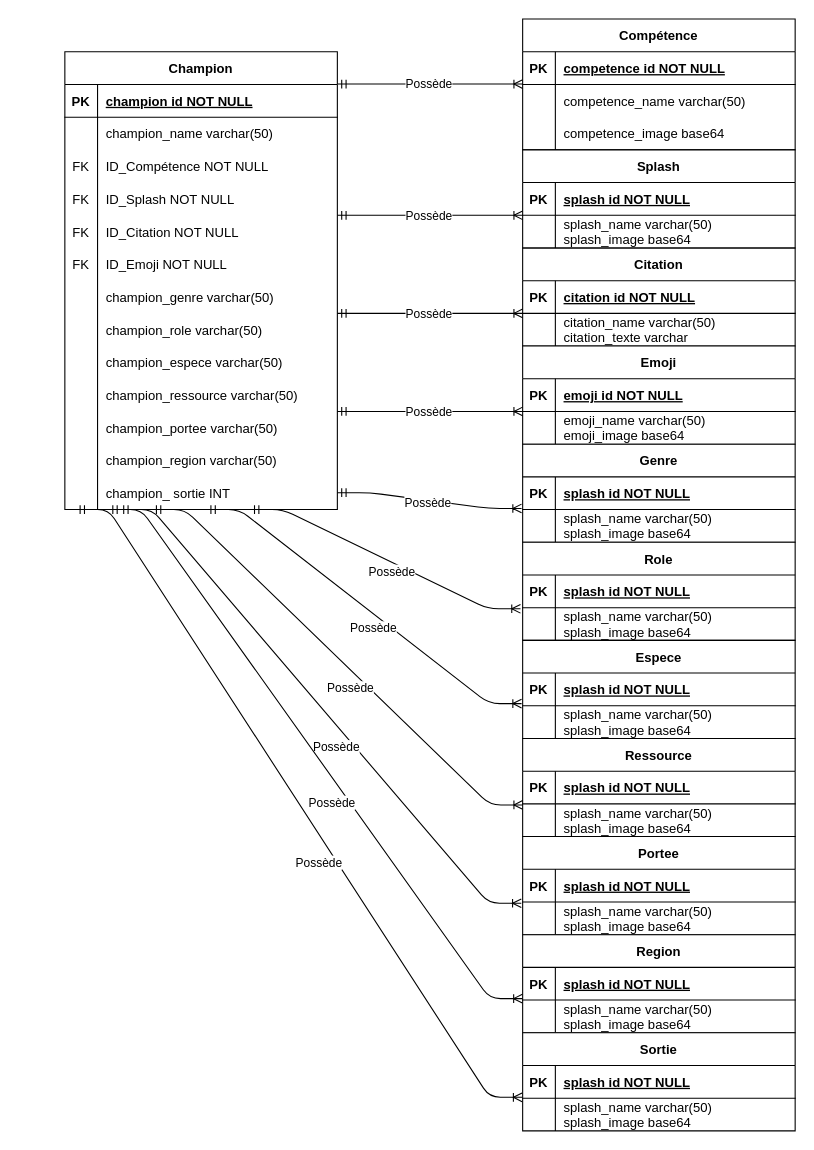
This is Diagramme sans nom.drawio from CamilleSimon/BTS2-CIEL-IR-MCD-2024-2025, a draw.io file, before an edit. Source tidied: cells renumbered, new cells numbered last; positions are measured from the earlier drawing's top-left corner, leaving out a move shared by most shapes. Both pictures are drawn from the tidied source at 109%, with x=0, y=0 at pixel (64, 19).
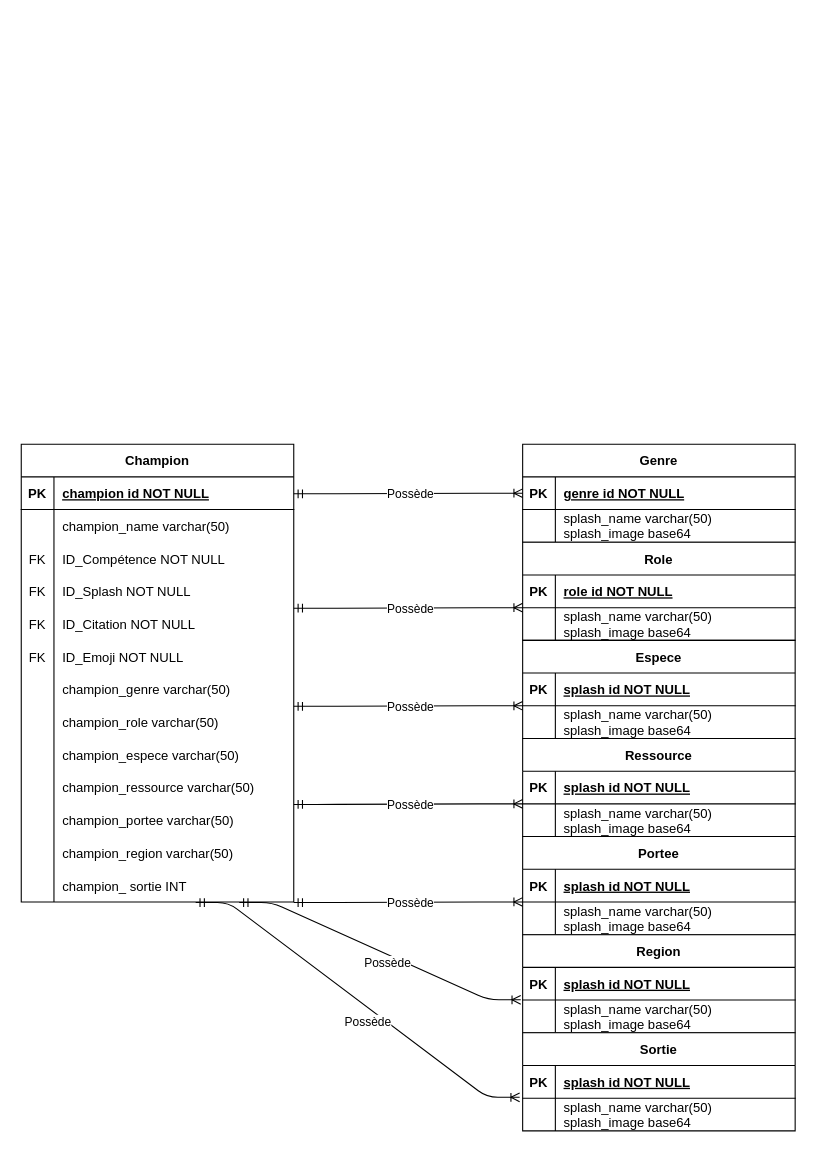
The same page after the edit.

Commit message (it also covers changes not shown here):
Mettre à jour Diagramme sans nom.drawio

The change refers to these unchanged cells:
```xml
<mxCell id="51" style="shape=partialRectangle;fillColor=none;points=[[0,0.5],[1,0.5]];portConstraint=eastwest;top=0;left=0;right=0;bottom=0;" parent="14" vertex="1">
  <mxGeometry y="390" width="250" height="30" as="geometry" />
</mxCell>
<mxCell id="69" style="shape=partialRectangle;fillColor=none;points=[[0,0.5],[1,0.5]];portConstraint=eastwest;top=0;left=0;right=0;bottom=1;" parent="68" vertex="1">
  <mxGeometry y="30" width="250" height="30" as="geometry" />
</mxCell>
<mxCell id="89" style="shape=partialRectangle;fillColor=none;top=0;left=0;right=0;bottom=1;" parent="88" vertex="1">
  <mxGeometry y="30" width="250" height="30" as="geometry" />
</mxCell>
<mxCell id="92" style="shape=partialRectangle;fillColor=none;points=[[0,0.5],[1,0.5]];portConstraint=eastwest;top=0;left=0;right=0;bottom=0;" parent="88" vertex="1">
  <mxGeometry y="60" width="250" height="30" as="geometry" />
</mxCell>
<mxCell id="99" style="shape=partialRectangle;fillColor=none;points=[[0,0.5],[1,0.5]];portConstraint=eastwest;top=0;left=0;right=0;bottom=0;" parent="95" vertex="1">
  <mxGeometry y="60" width="250" height="30" as="geometry" />
</mxCell>
<mxCell id="106" style="shape=partialRectangle;fillColor=none;points=[[0,0.5],[1,0.5]];portConstraint=eastwest;top=0;left=0;right=0;bottom=0;" parent="102" vertex="1">
  <mxGeometry y="60" width="250" height="30" as="geometry" />
</mxCell>
<mxCell id="110" style="shape=partialRectangle;fillColor=none;points=[[0,0.5],[1,0.5]];portConstraint=eastwest;top=0;left=0;right=0;bottom=1;" parent="109" vertex="1">
  <mxGeometry y="30" width="250" height="30" as="geometry" />
</mxCell>
<mxCell id="120" style="shape=partialRectangle;fillColor=none;points=[[0,0.5],[1,0.5]];portConstraint=eastwest;top=0;left=0;right=0;bottom=0;" parent="116" vertex="1">
  <mxGeometry y="60" width="250" height="30" as="geometry" />
</mxCell>
<mxCell id="127" style="shape=partialRectangle;fillColor=none;points=[[0,0.5],[1,0.5]];portConstraint=eastwest;top=0;left=0;right=0;bottom=0;" parent="123" vertex="1">
  <mxGeometry y="60" width="250" height="30" as="geometry" />
</mxCell>
```

Diff of the diagram source:
```diff
@@
-    <mxCell id="2" style="edgeStyle=entityRelationEdgeStyle;endArrow=ERoneToMany;startArrow=ERmandOne;endFill=0;startFill=0;" parent="1" edge="1">
-      <mxGeometry relative="1" as="geometry">
-        <mxPoint x="250" y="59.6" as="sourcePoint" />
-        <mxPoint x="420" y="59.6" as="targetPoint" />
-      </mxGeometry>
-    </mxCell>
-    <mxCell id="3" value="Possède" style="edgeLabel;html=1;align=center;verticalAlign=middle;" parent="2" vertex="1">
-      <mxGeometry x="0.18" relative="1" as="geometry">
-        <mxPoint x="-17" as="offset" />
-      </mxGeometry>
-    </mxCell>
-    <mxCell id="4" value="Compétence" style="shape=table;startSize=30;childLayout=tableLayout;rowLines=0;fontStyle=1;align=center;" parent="1" vertex="1">
-      <mxGeometry x="420" width="250" height="120" as="geometry" />
-    </mxCell>
-    <mxCell id="5" style="shape=partialRectangle;fillColor=none;top=0;left=0;right=0;bottom=1;" parent="4" vertex="1">
-      <mxGeometry y="30" width="250" height="30" as="geometry" />
-    </mxCell>
-    <mxCell id="6" value="PK" style="shape=partialRectangle;overflow=hidden;fillColor=none;top=0;left=0;bottom=0;right=0;fontStyle=1;" parent="5" vertex="1">
-      <mxGeometry width="30" height="30" as="geometry" />
-    </mxCell>
-    <mxCell id="7" value="competence id NOT NULL" style="shape=partialRectangle;overflow=hidden;fillColor=none;top=0;left=0;bottom=0;right=0;align=left;spacingLeft=6;fontStyle=5;" parent="5" vertex="1">
-      <mxGeometry x="30" width="220" height="30" as="geometry" />
-    </mxCell>
-    <mxCell id="8" style="shape=partialRectangle;fillColor=none;top=0;left=0;right=0;bottom=0;" parent="4" vertex="1">
-      <mxGeometry y="60" width="250" height="30" as="geometry" />
-    </mxCell>
-    <mxCell id="9" style="shape=partialRectangle;overflow=hidden;fillColor=none;top=0;left=0;bottom=0;right=0;" parent="8" vertex="1">
-      <mxGeometry width="30" height="30" as="geometry" />
-    </mxCell>
-    <mxCell id="10" value="competence_name varchar(50)" style="shape=partialRectangle;overflow=hidden;fillColor=none;top=0;left=0;bottom=0;right=0;align=left;spacingLeft=6;" parent="8" vertex="1">
-      <mxGeometry x="30" width="220" height="30" as="geometry" />
-    </mxCell>
-    <mxCell id="11" style="shape=partialRectangle;fillColor=none;top=0;left=0;right=0;bottom=0;" parent="4" vertex="1">
-      <mxGeometry y="90" width="250" height="30" as="geometry" />
-    </mxCell>
-    <mxCell id="12" style="shape=partialRectangle;overflow=hidden;fillColor=none;top=0;left=0;bottom=0;right=0;" parent="11" vertex="1">
-      <mxGeometry width="30" height="30" as="geometry" />
-    </mxCell>
-    <mxCell id="13" value="competence_image base64" style="shape=partialRectangle;overflow=hidden;fillColor=none;top=0;left=0;bottom=0;right=0;align=left;spacingLeft=6;" parent="11" vertex="1">
-      <mxGeometry x="30" width="220" height="30" as="geometry" />
-    </mxCell>
     <mxCell id="14" value="Champion" style="shape=table;startSize=30;childLayout=tableLayout;rowLines=0;fontStyle=1;align=center;" parent="1" vertex="1">
-      <mxGeometry y="30" width="250" height="420" as="geometry" />
+      <mxGeometry x="-40" y="390" width="250" height="420" as="geometry" />
     </mxCell>
@@
-    <mxCell id="54" value="Citation" style="shape=table;startSize=30;childLayout=tableLayout;rowLines=0;fontStyle=1;align=center;" parent="1" vertex="1">
-      <mxGeometry x="420" y="210" width="250" height="90" as="geometry" />
-    </mxCell>
-    <mxCell id="55" style="shape=partialRectangle;fillColor=none;top=0;left=0;right=0;bottom=1;" parent="54" vertex="1">
-      <mxGeometry y="30" width="250" height="30" as="geometry" />
-    </mxCell>
-    <mxCell id="56" value="PK" style="shape=partialRectangle;overflow=hidden;fillColor=none;top=0;left=0;bottom=0;right=0;fontStyle=1;" parent="55" vertex="1">
-      <mxGeometry width="30" height="30" as="geometry" />
-    </mxCell>
-    <mxCell id="57" value="citation id NOT NULL" style="shape=partialRectangle;overflow=hidden;fillColor=none;top=0;left=0;bottom=0;right=0;align=left;spacingLeft=6;fontStyle=5;" parent="55" vertex="1">
-      <mxGeometry x="30" width="220" height="30" as="geometry" />
-    </mxCell>
-    <mxCell id="58" style="shape=partialRectangle;fillColor=none;top=0;left=0;right=0;bottom=0;" parent="54" vertex="1">
-      <mxGeometry y="60" width="250" height="30" as="geometry" />
-    </mxCell>
-    <mxCell id="59" style="shape=partialRectangle;overflow=hidden;fillColor=none;top=0;left=0;bottom=0;right=0;" parent="58" vertex="1">
-      <mxGeometry width="30" height="30" as="geometry" />
-    </mxCell>
-    <mxCell id="60" value="citation_name varchar(50)&#10;citation_texte varchar" style="shape=partialRectangle;overflow=hidden;fillColor=none;top=0;left=0;bottom=0;right=0;align=left;spacingLeft=6;" parent="58" vertex="1">
-      <mxGeometry x="30" width="220" height="30" as="geometry" />
-    </mxCell>
-    <mxCell id="61" value="Emoji" style="shape=table;startSize=30;childLayout=tableLayout;rowLines=0;fontStyle=1;align=center;" parent="1" vertex="1">
-      <mxGeometry x="420" y="300" width="250" height="90" as="geometry" />
-    </mxCell>
-    <mxCell id="62" style="shape=partialRectangle;fillColor=none;top=0;left=0;right=0;bottom=1;" parent="61" vertex="1">
-      <mxGeometry y="30" width="250" height="30" as="geometry" />
-    </mxCell>
-    <mxCell id="63" value="PK" style="shape=partialRectangle;overflow=hidden;fillColor=none;top=0;left=0;bottom=0;right=0;fontStyle=1;" parent="62" vertex="1">
-      <mxGeometry width="30" height="30" as="geometry" />
-    </mxCell>
-    <mxCell id="64" value="emoji id NOT NULL" style="shape=partialRectangle;overflow=hidden;fillColor=none;top=0;left=0;bottom=0;right=0;align=left;spacingLeft=6;fontStyle=5;" parent="62" vertex="1">
-      <mxGeometry x="30" width="220" height="30" as="geometry" />
-    </mxCell>
-    <mxCell id="65" style="shape=partialRectangle;fillColor=none;points=[[0,0.5],[1,0.5]];portConstraint=eastwest;top=0;left=0;right=0;bottom=0;" parent="61" vertex="1">
-      <mxGeometry y="60" width="250" height="30" as="geometry" />
-    </mxCell>
-    <mxCell id="66" style="shape=partialRectangle;overflow=hidden;fillColor=none;top=0;left=0;bottom=0;right=0;" parent="65" vertex="1">
-      <mxGeometry width="30" height="30" as="geometry" />
-    </mxCell>
-    <mxCell id="67" value="emoji_name varchar(50)&#10;emoji_image base64" style="shape=partialRectangle;overflow=hidden;fillColor=none;top=0;left=0;bottom=0;right=0;align=left;spacingLeft=6;" parent="65" vertex="1">
-      <mxGeometry x="30" width="220" height="30" as="geometry" />
-    </mxCell>
@@
-    <mxCell id="71" value="splash id NOT NULL" style="shape=partialRectangle;overflow=hidden;fillColor=none;top=0;left=0;bottom=0;right=0;align=left;spacingLeft=6;fontStyle=5;" parent="69" vertex="1">
+    <mxCell id="71" value="genre id NOT NULL" style="shape=partialRectangle;overflow=hidden;fillColor=none;top=0;left=0;bottom=0;right=0;align=left;spacingLeft=6;fontStyle=5;" parent="69" vertex="1">
       <mxGeometry x="30" width="220" height="30" as="geometry" />
     </mxCell>
@@
-    <mxCell id="75" style="edgeStyle=entityRelationEdgeStyle;endArrow=ERoneToMany;startArrow=ERmandOne;endFill=0;startFill=0;" parent="1" edge="1">
-      <mxGeometry relative="1" as="geometry">
-        <mxPoint x="250" y="180" as="sourcePoint" />
-        <mxPoint x="420" y="180" as="targetPoint" />
-      </mxGeometry>
-    </mxCell>
-    <mxCell id="76" value="Possède" style="edgeLabel;html=1;align=center;verticalAlign=middle;" parent="75" vertex="1">
-      <mxGeometry x="0.18" relative="1" as="geometry">
-        <mxPoint x="-17" as="offset" />
-      </mxGeometry>
-    </mxCell>
-    <mxCell id="77" style="edgeStyle=entityRelationEdgeStyle;endArrow=ERoneToMany;startArrow=ERmandOne;endFill=0;startFill=0;" parent="1" edge="1">
-      <mxGeometry relative="1" as="geometry">
-        <mxPoint x="250" y="270" as="sourcePoint" />
-        <mxPoint x="420" y="270" as="targetPoint" />
-      </mxGeometry>
-    </mxCell>
-    <mxCell id="78" value="Possède" style="edgeLabel;html=1;align=center;verticalAlign=middle;" parent="77" vertex="1">
-      <mxGeometry x="0.18" relative="1" as="geometry">
-        <mxPoint x="-17" as="offset" />
-      </mxGeometry>
-    </mxCell>
-    <mxCell id="79" style="edgeStyle=entityRelationEdgeStyle;endArrow=ERoneToMany;startArrow=ERmandOne;endFill=0;startFill=0;entryX=0;entryY=0;entryDx=0;entryDy=0;entryPerimeter=0;" parent="1" edge="1" target="65">
-      <mxGeometry relative="1" as="geometry">
-        <mxPoint x="250" y="360" as="sourcePoint" />
-      </mxGeometry>
-    </mxCell>
-    <mxCell id="80" value="Possède" style="edgeLabel;html=1;align=center;verticalAlign=middle;" parent="79" vertex="1">
-      <mxGeometry x="0.18" relative="1" as="geometry">
-        <mxPoint x="-17" as="offset" />
-      </mxGeometry>
-    </mxCell>
-    <mxCell id="81" value="Splash" style="shape=table;startSize=30;childLayout=tableLayout;rowLines=0;fontStyle=1;align=center;" parent="1" vertex="1">
-      <mxGeometry x="420" y="120" width="250" height="90" as="geometry" />
-    </mxCell>
-    <mxCell id="82" style="shape=partialRectangle;fillColor=none;top=0;left=0;right=0;bottom=1;" parent="81" vertex="1">
-      <mxGeometry y="30" width="250" height="30" as="geometry" />
-    </mxCell>
-    <mxCell id="83" value="PK" style="shape=partialRectangle;overflow=hidden;fillColor=none;top=0;left=0;bottom=0;right=0;fontStyle=1;" parent="82" vertex="1">
-      <mxGeometry width="30" height="30" as="geometry" />
-    </mxCell>
-    <mxCell id="84" value="splash id NOT NULL" style="shape=partialRectangle;overflow=hidden;fillColor=none;top=0;left=0;bottom=0;right=0;align=left;spacingLeft=6;fontStyle=5;" parent="82" vertex="1">
-      <mxGeometry x="30" width="220" height="30" as="geometry" />
-    </mxCell>
-    <mxCell id="85" style="shape=partialRectangle;fillColor=none;top=0;left=0;right=0;bottom=0;" parent="81" vertex="1">
-      <mxGeometry y="60" width="250" height="30" as="geometry" />
-    </mxCell>
-    <mxCell id="86" style="shape=partialRectangle;overflow=hidden;fillColor=none;top=0;left=0;bottom=0;right=0;" parent="85" vertex="1">
-      <mxGeometry width="30" height="30" as="geometry" />
-    </mxCell>
-    <mxCell id="87" value="splash_name varchar(50)&#10;splash_image base64" style="shape=partialRectangle;overflow=hidden;fillColor=none;top=0;left=0;bottom=0;right=0;align=left;spacingLeft=6;" parent="85" vertex="1">
-      <mxGeometry x="30" width="220" height="30" as="geometry" />
-    </mxCell>
@@
-    <mxCell id="91" value="splash id NOT NULL" style="shape=partialRectangle;overflow=hidden;fillColor=none;top=0;left=0;bottom=0;right=0;align=left;spacingLeft=6;fontStyle=5;" parent="89" vertex="1">
+    <mxCell id="91" value="role id NOT NULL" style="shape=partialRectangle;overflow=hidden;fillColor=none;top=0;left=0;bottom=0;right=0;align=left;spacingLeft=6;fontStyle=5;" parent="89" vertex="1">
       <mxGeometry x="30" width="220" height="30" as="geometry" />
     </mxCell>
@@
-    <mxCell id="130" style="edgeStyle=entityRelationEdgeStyle;endArrow=ERoneToMany;startArrow=ERmandOne;endFill=0;startFill=0;entryX=-0.004;entryY=0.967;entryDx=0;entryDy=0;entryPerimeter=0;" parent="1" edge="1" target="69">
+    <mxCell id="130" style="edgeStyle=entityRelationEdgeStyle;endArrow=ERoneToMany;startArrow=ERmandOne;endFill=0;startFill=0;entryX=0;entryY=0.5;entryDx=0;entryDy=0;" parent="1" edge="1" target="69">
       <mxGeometry relative="1" as="geometry">
-        <mxPoint x="250" y="434.5" as="sourcePoint" />
+        <mxPoint x="210" y="435.5" as="sourcePoint" />
         <Array as="points">
-          <mxPoint x="340" y="449" />
+          <mxPoint x="300" y="450" />
         </Array>
       </mxGeometry>
     </mxCell>
@@
-    <mxCell id="132" style="edgeStyle=entityRelationEdgeStyle;endArrow=ERoneToMany;startArrow=ERmandOne;endFill=0;startFill=0;entryX=-0.008;entryY=0.033;entryDx=0;entryDy=0;entryPerimeter=0;" parent="1" edge="1" target="92">
-      <mxGeometry relative="1" as="geometry">
-        <mxPoint x="170" y="450" as="sourcePoint" />
-      </mxGeometry>
-    </mxCell>
-    <mxCell id="133" value="Possède" style="edgeLabel;html=1;align=center;verticalAlign=middle;" parent="132" vertex="1">
-      <mxGeometry x="0.18" relative="1" as="geometry">
-        <mxPoint x="-17" as="offset" />
-      </mxGeometry>
-    </mxCell>
-    <mxCell id="134" style="edgeStyle=entityRelationEdgeStyle;endArrow=ERoneToMany;startArrow=ERmandOne;endFill=0;startFill=0;entryX=-0.004;entryY=-0.067;entryDx=0;entryDy=0;entryPerimeter=0;" parent="1" edge="1" target="106">
-      <mxGeometry relative="1" as="geometry">
-        <mxPoint x="130" y="450" as="sourcePoint" />
-        <Array as="points">
-          <mxPoint x="120" y="520" />
-          <mxPoint x="130" y="500" />
-          <mxPoint x="120" y="470" />
-        </Array>
-      </mxGeometry>
-    </mxCell>
-    <mxCell id="135" value="Possède" style="edgeLabel;html=1;align=center;verticalAlign=middle;" parent="134" vertex="1">
-      <mxGeometry x="0.18" relative="1" as="geometry">
-        <mxPoint x="-17" as="offset" />
-      </mxGeometry>
-    </mxCell>
-    <mxCell id="136" style="edgeStyle=entityRelationEdgeStyle;endArrow=ERoneToMany;startArrow=ERmandOne;endFill=0;startFill=0;entryX=0;entryY=0.033;entryDx=0;entryDy=0;entryPerimeter=0;" parent="1" edge="1" target="99">
-      <mxGeometry relative="1" as="geometry">
-        <mxPoint x="80" y="450" as="sourcePoint" />
-      </mxGeometry>
-    </mxCell>
-    <mxCell id="137" value="Possède" style="edgeLabel;html=1;align=center;verticalAlign=middle;" parent="136" vertex="1">
-      <mxGeometry x="0.18" relative="1" as="geometry">
-        <mxPoint x="-17" as="offset" />
-      </mxGeometry>
-    </mxCell>
-    <mxCell id="138" style="edgeStyle=entityRelationEdgeStyle;endArrow=ERoneToMany;startArrow=ERmandOne;endFill=0;startFill=0;entryX=-0.005;entryY=1.039;entryDx=0;entryDy=0;entryPerimeter=0;" parent="1" edge="1" target="110">
-      <mxGeometry relative="1" as="geometry">
-        <mxPoint x="50" y="450" as="sourcePoint" />
-      </mxGeometry>
-    </mxCell>
-    <mxCell id="139" value="Possède" style="edgeLabel;html=1;align=center;verticalAlign=middle;" parent="138" vertex="1">
-      <mxGeometry x="0.18" relative="1" as="geometry">
-        <mxPoint x="-17" as="offset" />
-      </mxGeometry>
-    </mxCell>
-    <mxCell id="140" style="edgeStyle=entityRelationEdgeStyle;endArrow=ERoneToMany;startArrow=ERmandOne;endFill=0;startFill=0;entryX=-0.001;entryY=-0.044;entryDx=0;entryDy=0;entryPerimeter=0;exitX=0.16;exitY=1;exitDx=0;exitDy=0;exitPerimeter=0;" parent="1" edge="1" source="51" target="120">
-      <mxGeometry relative="1" as="geometry" />
-    </mxCell>
-    <mxCell id="141" value="Possède" style="edgeLabel;html=1;align=center;verticalAlign=middle;" parent="140" vertex="1">
-      <mxGeometry x="0.18" relative="1" as="geometry">
-        <mxPoint x="-17" as="offset" />
-      </mxGeometry>
-    </mxCell>
-    <mxCell id="142" style="edgeStyle=entityRelationEdgeStyle;endArrow=ERoneToMany;startArrow=ERmandOne;endFill=0;startFill=0;entryX=-0.002;entryY=-0.027;entryDx=0;entryDy=0;entryPerimeter=0;exitX=0.16;exitY=1;exitDx=0;exitDy=0;exitPerimeter=0;" parent="1" edge="1" target="127">
-      <mxGeometry relative="1" as="geometry">
-        <mxPoint x="10" y="450" as="sourcePoint" />
-      </mxGeometry>
-    </mxCell>
-    <mxCell id="143" value="Possède" style="edgeLabel;html=1;align=center;verticalAlign=middle;" parent="142" vertex="1">
-      <mxGeometry x="0.18" relative="1" as="geometry">
-        <mxPoint x="-17" as="offset" />
-      </mxGeometry>
-    </mxCell>
+    <mxCell id="144" style="edgeStyle=entityRelationEdgeStyle;endArrow=ERoneToMany;startArrow=ERmandOne;endFill=0;startFill=0;entryX=0;entryY=0.5;entryDx=0;entryDy=0;" parent="1" edge="1">
+      <mxGeometry relative="1" as="geometry">
+        <mxPoint x="210" y="540.5" as="sourcePoint" />
+        <mxPoint x="420" y="540" as="targetPoint" />
+        <Array as="points">
+          <mxPoint x="300" y="555" />
+        </Array>
+      </mxGeometry>
+    </mxCell>
+    <mxCell id="145" value="Possède" style="edgeLabel;html=1;align=center;verticalAlign=middle;" parent="144" vertex="1">
+      <mxGeometry x="0.18" relative="1" as="geometry">
+        <mxPoint x="-17" as="offset" />
+      </mxGeometry>
+    </mxCell>
+    <mxCell id="146" style="edgeStyle=entityRelationEdgeStyle;endArrow=ERoneToMany;startArrow=ERmandOne;endFill=0;startFill=0;entryX=0;entryY=0.5;entryDx=0;entryDy=0;" parent="1" edge="1">
+      <mxGeometry relative="1" as="geometry">
+        <mxPoint x="210" y="630.5" as="sourcePoint" />
+        <mxPoint x="420" y="630" as="targetPoint" />
+        <Array as="points">
+          <mxPoint x="300" y="645" />
+        </Array>
+      </mxGeometry>
+    </mxCell>
+    <mxCell id="147" value="Possède" style="edgeLabel;html=1;align=center;verticalAlign=middle;" parent="146" vertex="1">
+      <mxGeometry x="0.18" relative="1" as="geometry">
+        <mxPoint x="-17" as="offset" />
+      </mxGeometry>
+    </mxCell>
+    <mxCell id="148" style="edgeStyle=entityRelationEdgeStyle;endArrow=ERoneToMany;startArrow=ERmandOne;endFill=0;startFill=0;entryX=0;entryY=0.5;entryDx=0;entryDy=0;" parent="1" edge="1">
+      <mxGeometry relative="1" as="geometry">
+        <mxPoint x="210" y="720.5" as="sourcePoint" />
+        <mxPoint x="420" y="720" as="targetPoint" />
+        <Array as="points">
+          <mxPoint x="300" y="735" />
+        </Array>
+      </mxGeometry>
+    </mxCell>
+    <mxCell id="149" value="Possède" style="edgeLabel;html=1;align=center;verticalAlign=middle;" parent="148" vertex="1">
+      <mxGeometry x="0.18" relative="1" as="geometry">
+        <mxPoint x="-17" as="offset" />
+      </mxGeometry>
+    </mxCell>
+    <mxCell id="150" style="edgeStyle=entityRelationEdgeStyle;endArrow=ERoneToMany;startArrow=ERmandOne;endFill=0;startFill=0;entryX=0;entryY=0.5;entryDx=0;entryDy=0;" parent="1" edge="1">
+      <mxGeometry relative="1" as="geometry">
+        <mxPoint x="210" y="810.5" as="sourcePoint" />
+        <mxPoint x="420" y="810" as="targetPoint" />
+        <Array as="points">
+          <mxPoint x="300" y="825" />
+        </Array>
+      </mxGeometry>
+    </mxCell>
+    <mxCell id="151" value="Possède" style="edgeLabel;html=1;align=center;verticalAlign=middle;" parent="150" vertex="1">
+      <mxGeometry x="0.18" relative="1" as="geometry">
+        <mxPoint x="-17" as="offset" />
+      </mxGeometry>
+    </mxCell>
+    <mxCell id="152" style="edgeStyle=entityRelationEdgeStyle;endArrow=ERoneToMany;startArrow=ERmandOne;endFill=0;startFill=0;entryX=-0.007;entryY=-0.008;entryDx=0;entryDy=0;entryPerimeter=0;" parent="1" edge="1" target="120">
+      <mxGeometry relative="1" as="geometry">
+        <mxPoint x="160" y="810.5" as="sourcePoint" />
+        <Array as="points">
+          <mxPoint x="250" y="825" />
+        </Array>
+      </mxGeometry>
+    </mxCell>
+    <mxCell id="153" value="Possède" style="edgeLabel;html=1;align=center;verticalAlign=middle;" parent="152" vertex="1">
+      <mxGeometry x="0.18" relative="1" as="geometry">
+        <mxPoint x="-17" as="offset" />
+      </mxGeometry>
+    </mxCell>
+    <mxCell id="154" style="edgeStyle=entityRelationEdgeStyle;endArrow=ERoneToMany;startArrow=ERmandOne;endFill=0;startFill=0;entryX=-0.011;entryY=-0.027;entryDx=0;entryDy=0;entryPerimeter=0;" parent="1" edge="1" target="127">
+      <mxGeometry relative="1" as="geometry">
+        <mxPoint x="120" y="810.5" as="sourcePoint" />
+        <Array as="points">
+          <mxPoint x="210" y="825" />
+        </Array>
+      </mxGeometry>
+    </mxCell>
+    <mxCell id="155" value="Possède" style="edgeLabel;html=1;align=center;verticalAlign=middle;" parent="154" vertex="1">
+      <mxGeometry x="0.18" relative="1" as="geometry">
+        <mxPoint x="-17" as="offset" />
+      </mxGeometry>
+    </mxCell>
```
